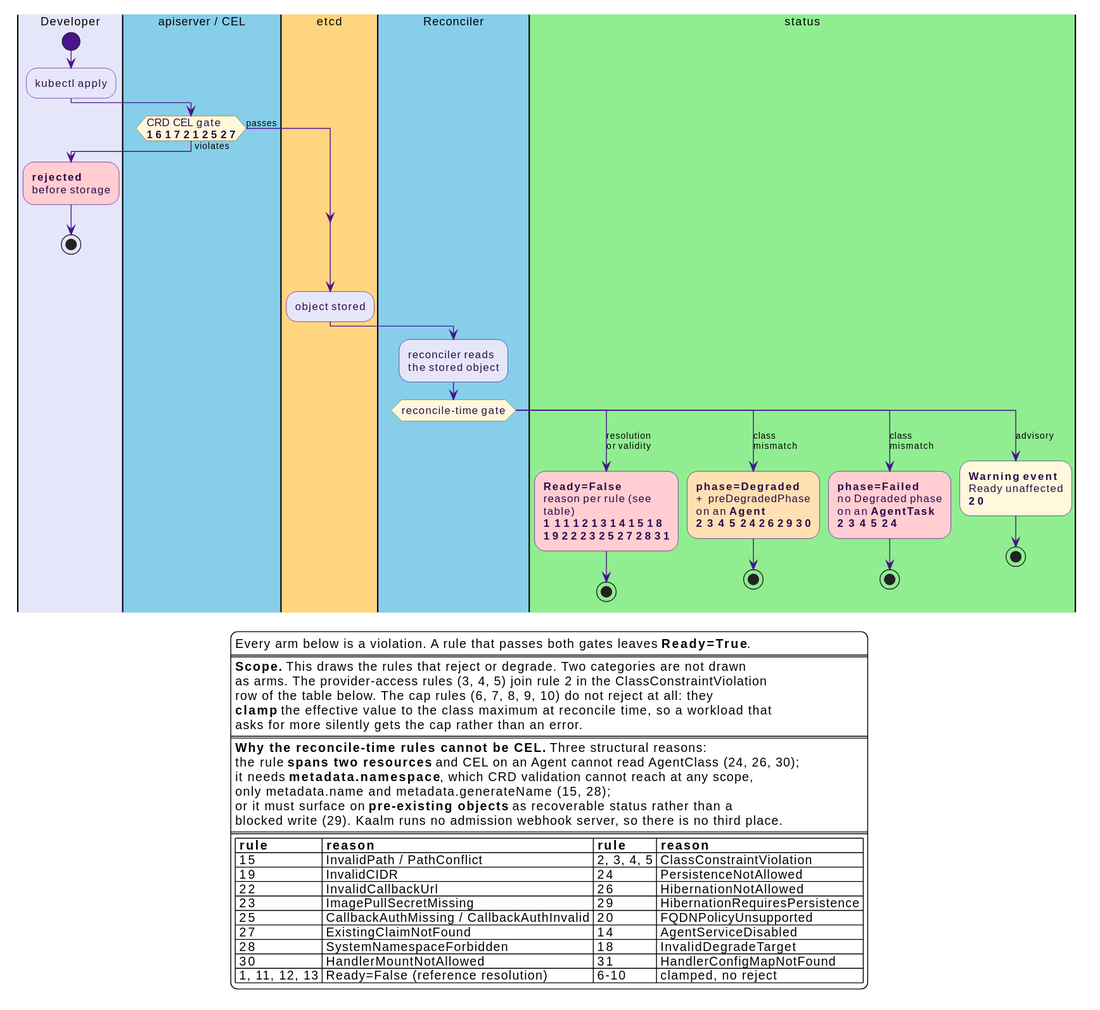
The PlantUML diagram docs/src/diagrams/validation-enforcement.svg in win07xp/kaalm, before a commit.
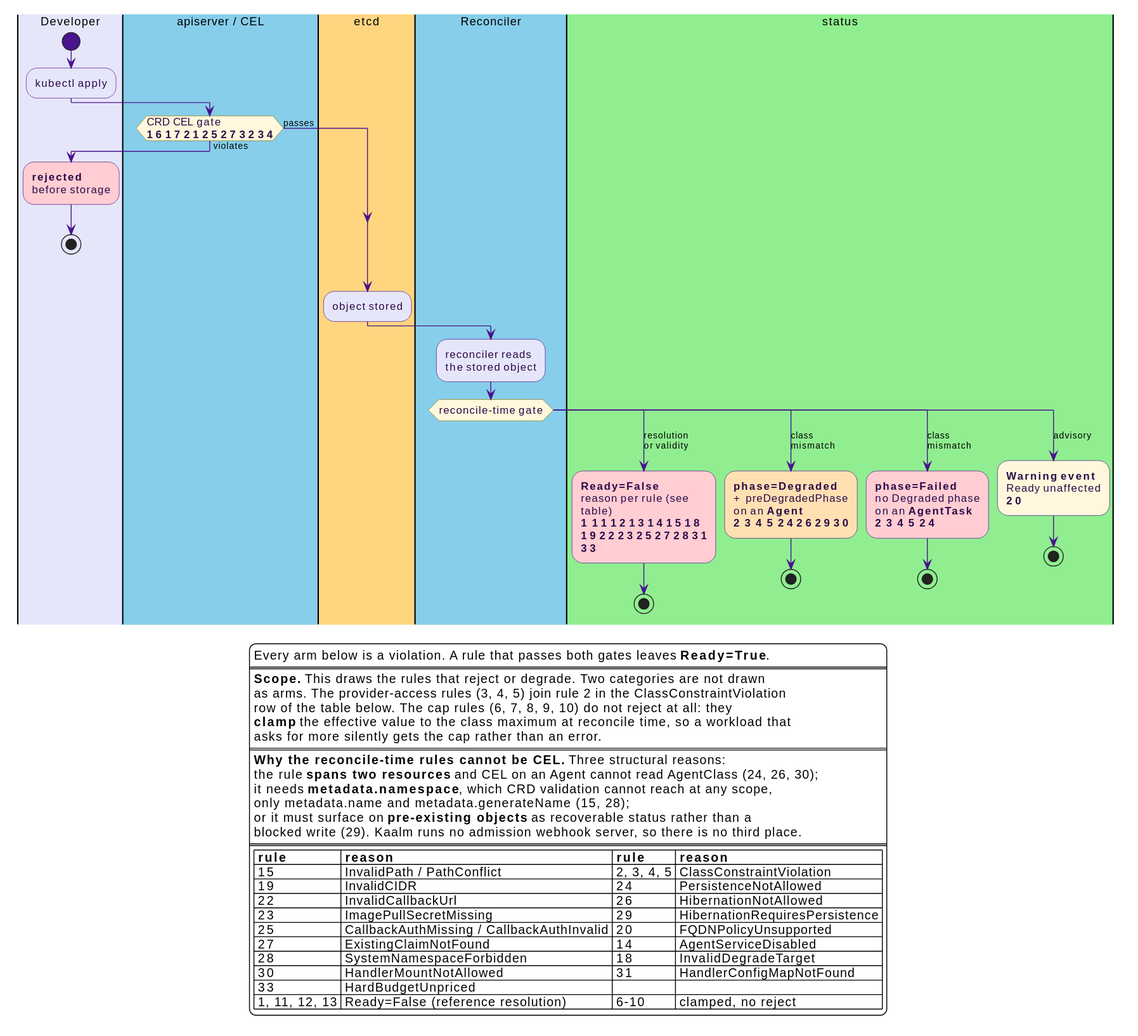
After the change.

Change to the diagram source:
```diff
@@ -19,7 +19,7 @@
 :kubectl apply;
 
 |$ctrlBg|apiserver / CEL|
-if (CRD CEL gate\n**16 17 21 25 27**) then (violates)
+if (CRD CEL gate\n**16 17 21 25 27 32 34**) then (violates)
   |$agentBg|Developer|
   :**rejected**\nbefore storage; <<#FFCDD2>>
   stop
@@ -35,7 +35,7 @@
 switch (reconcile-time gate)
 case (resolution\nor validity)
   |$gwBg|status|
-  :**Ready=False**\nreason per rule (see table)\n**1 11 12 13 14 15 18**\n**19 22 23 25 27 28 31**; <<#FFCDD2>>
+  :**Ready=False**\nreason per rule (see table)\n**1 11 12 13 14 15 18**\n**19 22 23 25 27 28 31 33**; <<#FFCDD2>>
   stop
 case (class\nmismatch)
   |$gwBg|status|
@@ -76,6 +76,7 @@
   | 27 | ExistingClaimNotFound | 14 | AgentServiceDisabled |
   | 28 | SystemNamespaceForbidden | 18 | InvalidDegradeTarget |
   | 30 | HandlerMountNotAllowed | 31 | HandlerConfigMapNotFound |
+  | 33 | HardBudgetUnpriced | | |
   | 1, 11, 12, 13 | Ready=False (reference resolution) | 6-10 | clamped, no reject |
 endlegend
 @enduml
```
